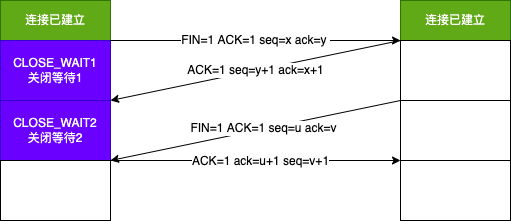
Earlier version of the draw.io export image/TCP四报文挥手.drawio.png (BlackBN/PersonalKnowledge). Source tidied: cells renumbered, new cells last; positions are measured from the earlier drawing's top-left corner, leaving out a move shared by most shapes. Its diagram source:
```xml
<mxGraphModel>
  <root>
    <mxCell id="0" />
    <mxCell id="1" parent="0" />
    <mxCell id="2" value="连接已建立" style="rounded=0;whiteSpace=wrap;html=1;fillColor=#60a917;fontColor=#ffffff;strokeColor=#2D7600;" parent="1" vertex="1">
      <mxGeometry width="110" height="40" as="geometry" />
    </mxCell>
    <mxCell id="3" value="连接已建立" style="rounded=0;whiteSpace=wrap;html=1;fillColor=#60a917;fontColor=#ffffff;strokeColor=#2D7600;" parent="1" vertex="1">
      <mxGeometry x="400" width="110" height="40" as="geometry" />
    </mxCell>
    <mxCell id="4" value="CLOSE_WAIT1&lt;br&gt;关闭等待1" style="rounded=0;whiteSpace=wrap;html=1;fillColor=#6a00ff;fontColor=#ffffff;strokeColor=#3700CC;" parent="1" vertex="1">
      <mxGeometry y="40" width="110" height="60" as="geometry" />
    </mxCell>
    <mxCell id="5" style="rounded=0;whiteSpace=wrap;html=1;" parent="1" vertex="1">
      <mxGeometry x="400" y="40" width="110" height="60" as="geometry" />
    </mxCell>
    <mxCell id="6" value="CLOSE_WAIT2&lt;br&gt;关闭等待2" style="rounded=0;whiteSpace=wrap;html=1;fillColor=#6a00ff;fontColor=#ffffff;strokeColor=#3700CC;" parent="1" vertex="1">
      <mxGeometry y="100" width="110" height="60" as="geometry" />
    </mxCell>
    <mxCell id="7" style="rounded=0;whiteSpace=wrap;html=1;" parent="1" vertex="1">
      <mxGeometry x="400" y="100" width="110" height="60" as="geometry" />
    </mxCell>
    <mxCell id="8" style="rounded=0;whiteSpace=wrap;html=1;" parent="1" vertex="1">
      <mxGeometry y="160" width="110" height="60" as="geometry" />
    </mxCell>
    <mxCell id="9" style="rounded=0;whiteSpace=wrap;html=1;" parent="1" vertex="1">
      <mxGeometry x="400" y="160" width="110" height="60" as="geometry" />
    </mxCell>
    <mxCell id="10" value="FIN=1 ACK=1 seq=x ack=y&amp;nbsp;" style="endArrow=classic;html=1;rounded=0;exitX=1;exitY=0;exitDx=0;exitDy=0;entryX=0;entryY=0;entryDx=0;entryDy=0;" parent="1" edge="1" source="4" target="5">
      <mxGeometry relative="1" as="geometry" />
    </mxCell>
    <mxCell id="11" value="ACK=1 seq=y+1 ack=x+1" style="endArrow=classic;html=1;rounded=0;exitX=0;exitY=0;exitDx=0;exitDy=0;entryX=1;entryY=0;entryDx=0;entryDy=0;" parent="1" edge="1" source="5" target="6">
      <mxGeometry relative="1" as="geometry" />
    </mxCell>
    <mxCell id="12" style="endArrow=classic;html=1;rounded=0;exitX=0;exitY=0;exitDx=0;exitDy=0;entryX=1;entryY=0;entryDx=0;entryDy=0;" parent="1" edge="1" source="7" target="8">
      <mxGeometry relative="1" as="geometry" />
    </mxCell>
    <mxCell id="13" value="FIN=1 ACK=1 seq=u ack=v" style="edgeLabel;html=1;align=center;verticalAlign=middle;" parent="12" vertex="1">
      <mxGeometry x="-0.06" y="-1" relative="1" as="geometry" />
    </mxCell>
    <mxCell id="14" style="endArrow=classic;html=1;rounded=0;exitX=1;exitY=1;exitDx=0;exitDy=0;entryX=0;entryY=0;entryDx=0;entryDy=0;" parent="1" edge="1" source="6" target="9">
      <mxGeometry relative="1" as="geometry" />
    </mxCell>
    <mxCell id="15" value="ACK=1 ack=u+1 seq=v+1" style="edgeLabel;html=1;align=center;verticalAlign=middle;" parent="14" vertex="1">
      <mxGeometry x="0.03" relative="1" as="geometry" />
    </mxCell>
  </root>
</mxGraphModel>
```
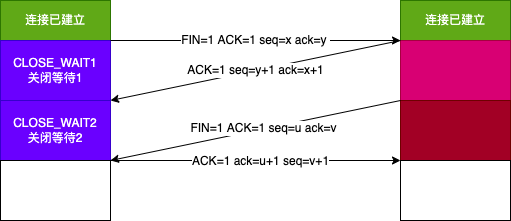
Above is the later version.

Commit message:
Update TCP四报文挥手.drawio.png

What changed in the source:
```diff
@@ -11,13 +11,13 @@
     <mxCell id="4" value="CLOSE_WAIT1&lt;br&gt;关闭等待1" style="rounded=0;whiteSpace=wrap;html=1;fillColor=#6a00ff;fontColor=#ffffff;strokeColor=#3700CC;" parent="1" vertex="1">
       <mxGeometry y="40" width="110" height="60" as="geometry" />
     </mxCell>
-    <mxCell id="5" style="rounded=0;whiteSpace=wrap;html=1;" parent="1" vertex="1">
+    <mxCell id="5" style="rounded=0;whiteSpace=wrap;html=1;fillColor=#d80073;fontColor=#ffffff;strokeColor=#A50040;" parent="1" vertex="1">
       <mxGeometry x="400" y="40" width="110" height="60" as="geometry" />
     </mxCell>
     <mxCell id="6" value="CLOSE_WAIT2&lt;br&gt;关闭等待2" style="rounded=0;whiteSpace=wrap;html=1;fillColor=#6a00ff;fontColor=#ffffff;strokeColor=#3700CC;" parent="1" vertex="1">
       <mxGeometry y="100" width="110" height="60" as="geometry" />
     </mxCell>
-    <mxCell id="7" style="rounded=0;whiteSpace=wrap;html=1;" parent="1" vertex="1">
+    <mxCell id="7" style="rounded=0;whiteSpace=wrap;html=1;fillColor=#a20025;fontColor=#ffffff;strokeColor=#6F0000;" parent="1" vertex="1">
       <mxGeometry x="400" y="100" width="110" height="60" as="geometry" />
     </mxCell>
     <mxCell id="8" style="rounded=0;whiteSpace=wrap;html=1;" parent="1" vertex="1">
```
